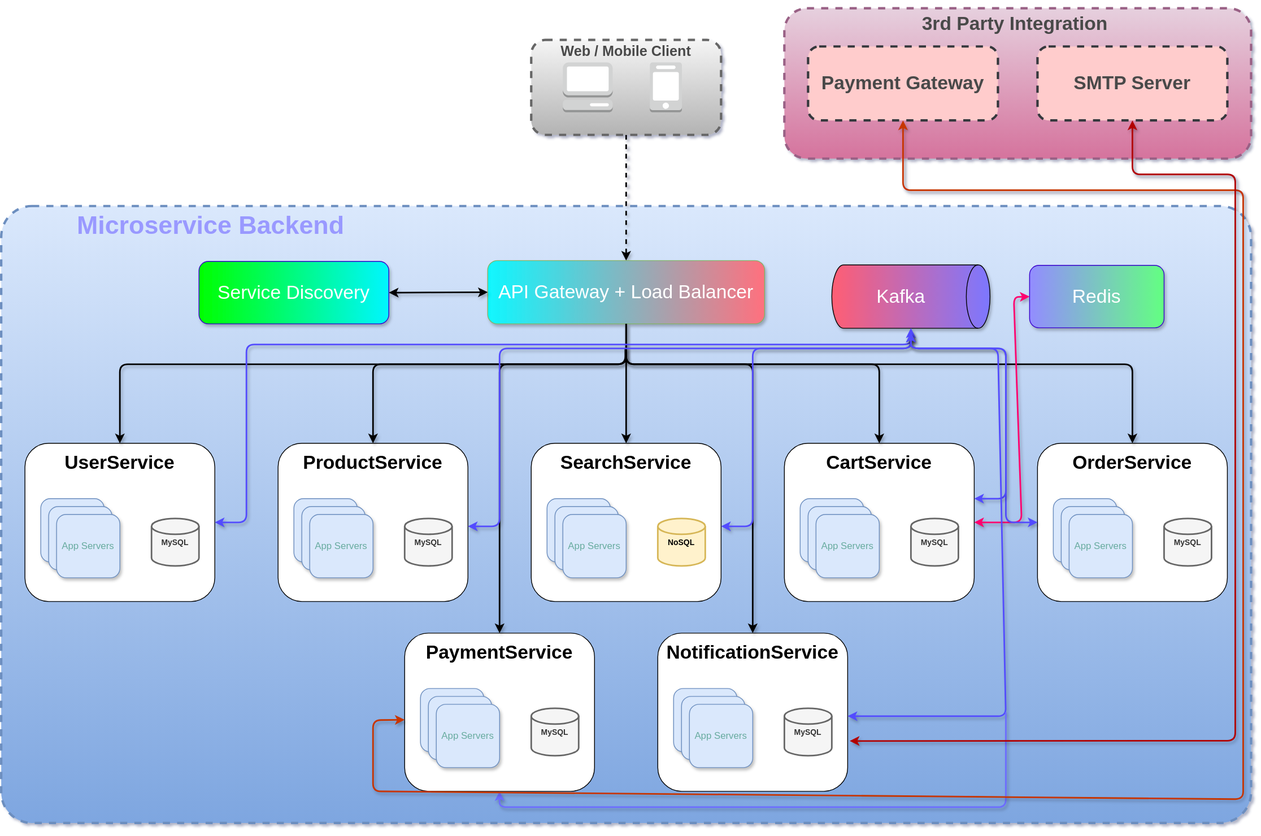
Above: design-docs/high-level-design/high-level-design.drawio.svg in sridharpatil047/ecom (draw.io), before the change. Source tidied: cells renumbered, new cells last; positions are measured from the earlier drawing's top-left corner, leaving out a move shared by most shapes.
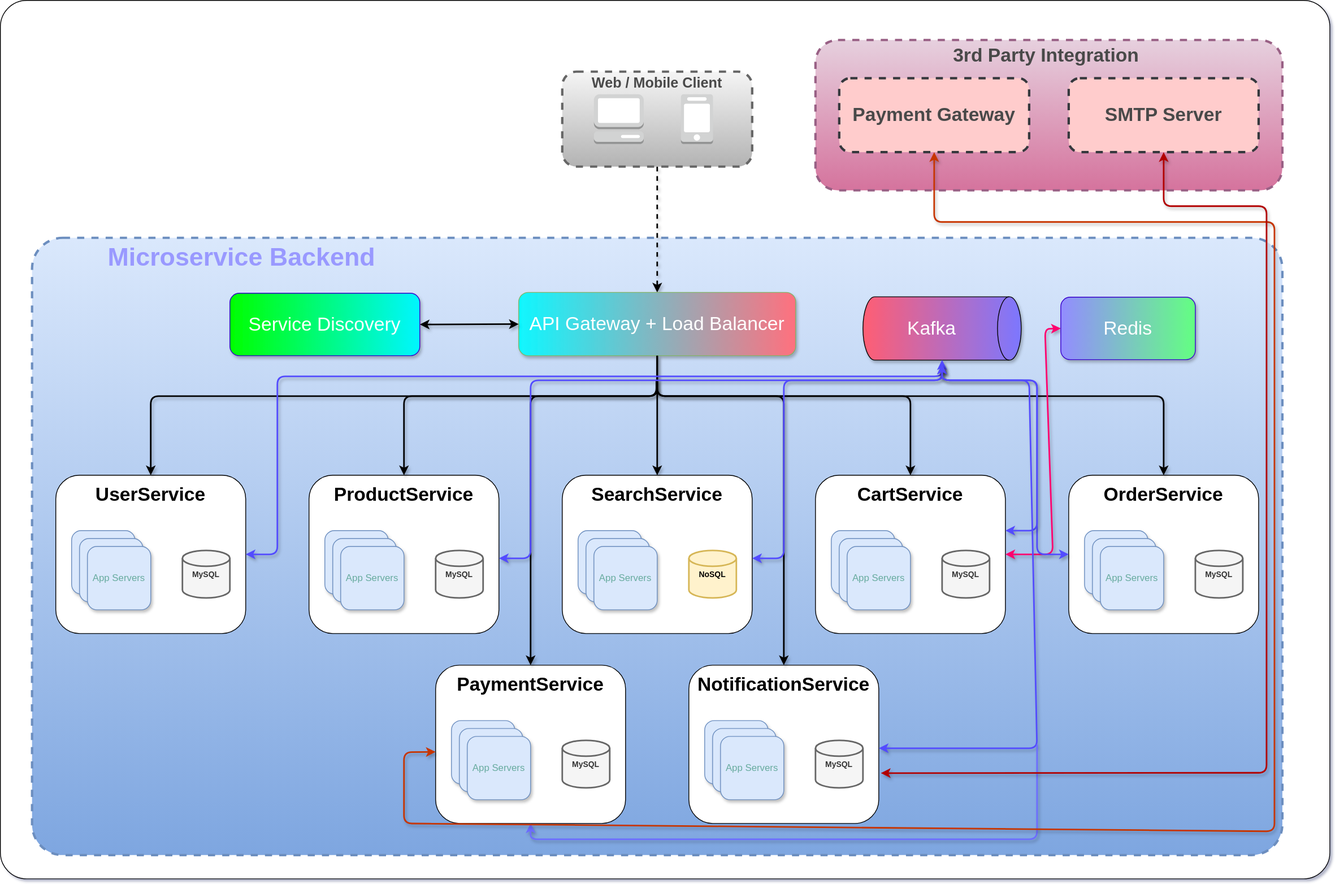
After the change.

What changed in the source:
```diff
@@ -2,6 +2,9 @@
   <root>
     <mxCell id="0" />
     <mxCell id="1" parent="0" />
+    <mxCell id="74" style="rounded=1;whiteSpace=wrap;html=1;arcSize=3;" parent="1" vertex="1">
+      <mxGeometry x="-40" y="-50" width="1680" height="1110" as="geometry" />
+    </mxCell>
     <mxCell id="2" value="&lt;h1 style=&quot;padding-bottom: 730px; padding-right: 1050px;&quot;&gt;&lt;font style=&quot;color: rgb(153, 153, 255); font-size: 32px;&quot;&gt;Microservice Backend&lt;/font&gt;&lt;/h1&gt;" style="rounded=1;whiteSpace=wrap;html=1;dashed=1;strokeWidth=3;strokeColor=#6c8ebf;fillColor=#dae8fc;gradientColor=#7ea6e0;arcSize=5;" parent="1" vertex="1">
       <mxGeometry y="250" width="1580" height="780" as="geometry" />
     </mxCell>
```
